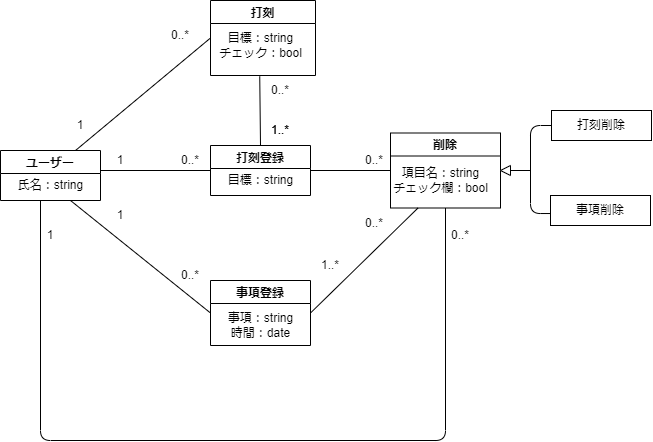
Before: Class-2.drawio.png, a diagram exported from draw.io (Hu-Hanxu/First-App-Self-Management-). Source tidied: cells renumbered, new cells last; positions are measured from the earlier drawing's top-left corner, leaving out a move shared by most shapes.
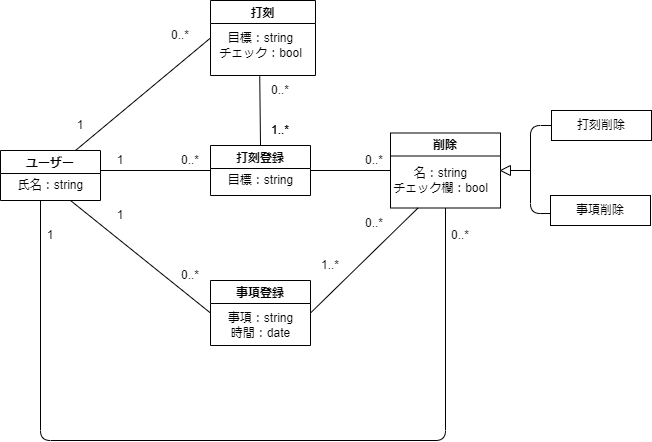
The same diagram one commit later.

The edit, as a diff of the source:
```diff
@@ -28,7 +28,7 @@
     <mxCell id="9" value="削除" style="swimlane;" parent="1" vertex="1">
       <mxGeometry x="390" y="132.5" width="110" height="75" as="geometry" />
     </mxCell>
-    <mxCell id="10" value="項目名：string&lt;br&gt;チェック欄：bool" style="text;html=1;align=center;verticalAlign=middle;strokeColor=none;fillColor=none;" parent="9" vertex="1">
+    <mxCell id="10" value="名：string&lt;br&gt;チェック欄：bool" style="text;html=1;align=center;verticalAlign=middle;strokeColor=none;fillColor=none;" parent="9" vertex="1">
       <mxGeometry x="-10" y="27.5" width="120" height="40" as="geometry" />
     </mxCell>
     <mxCell id="11" style="endArrow=none;html=1;entryX=0;entryY=0.5;entryDx=0;entryDy=0;exitX=1;exitY=0.5;exitDx=0;exitDy=0;" parent="1" edge="1" source="2" target="9">
```
